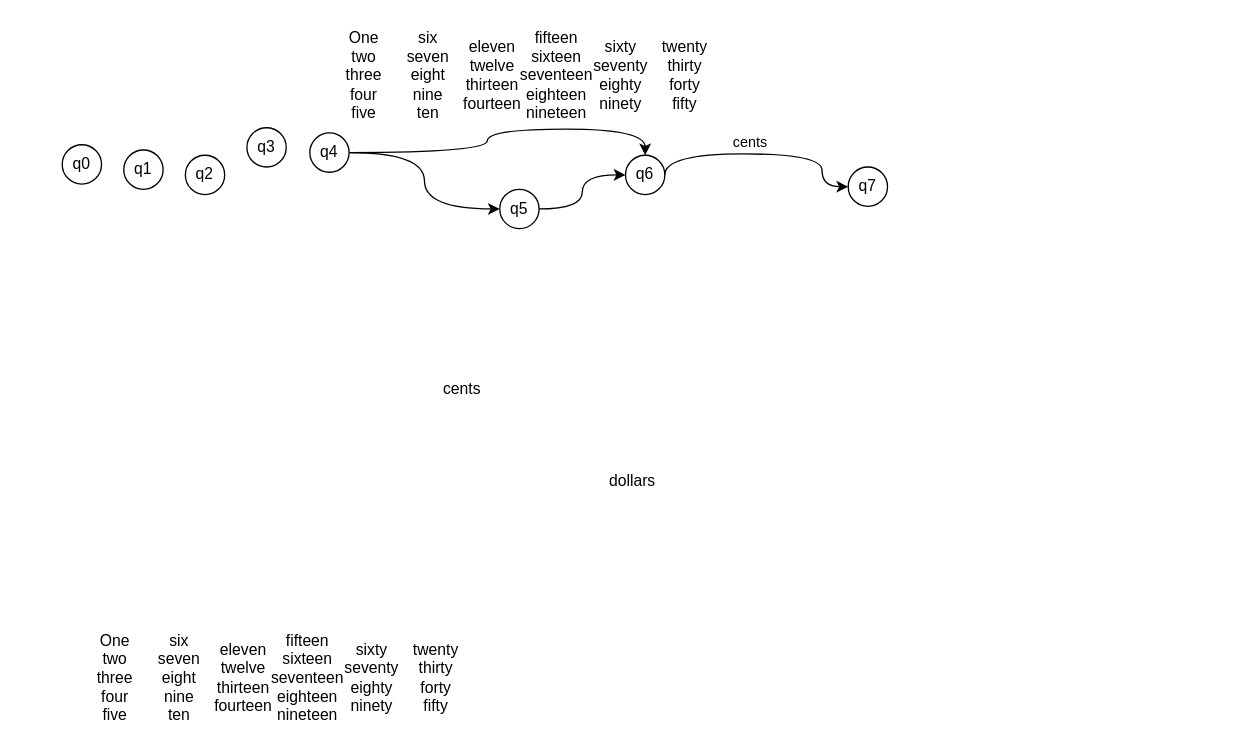
Above: basic/Untitled Diagram.drawio in honghangzhi/diagrams (draw.io), before the change. Source tidied: cells renumbered, new cells numbered last; positions are measured from the earlier drawing's top-left corner, leaving out a move shared by most shapes. Both pictures are drawn from the tidied source at 131%, with x=0, y=0 at pixel (62, 22).
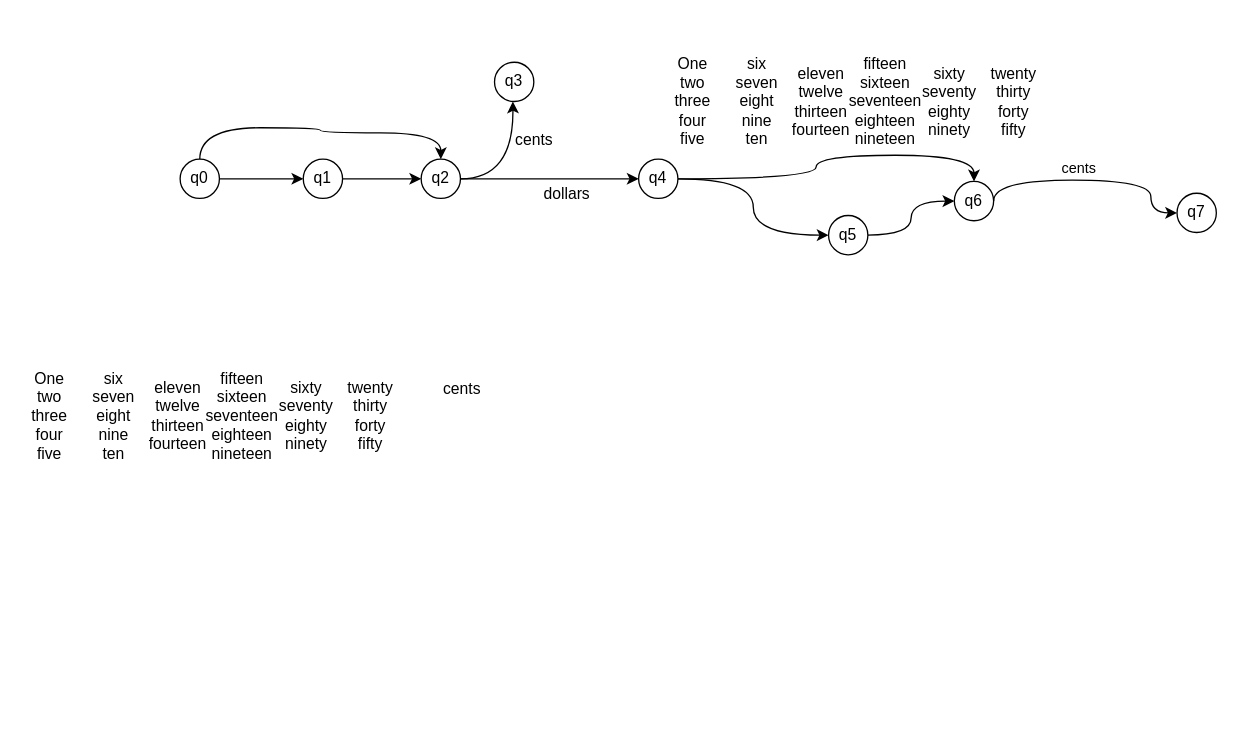
Above is the later version.

The edit, as a diff of the source:
```diff
@@
     <mxCell id="3" value="dollars" style="text;html=1;align=center;verticalAlign=middle;strokeColor=none;fillColor=none;" parent="1" vertex="1">
-      <mxGeometry x="410" y="340" width="50" height="20" as="geometry" />
+      <mxGeometry x="360" y="121" width="50" height="20" as="geometry" />
     </mxCell>
+    <mxCell id="30" style="edgeStyle=orthogonalEdgeStyle;curved=1;rounded=0;jettySize=auto;html=1;entryX=0;entryY=0.5;entryDx=0;entryDy=0;" parent="1" edge="1" source="4" target="5">
+      <mxGeometry relative="1" as="geometry" />
+    </mxCell>
+    <mxCell id="31" style="edgeStyle=orthogonalEdgeStyle;curved=1;rounded=0;jettySize=auto;html=1;entryX=0.5;entryY=0;entryDx=0;entryDy=0;" parent="1" edge="1" source="4" target="6">
+      <mxGeometry relative="1" as="geometry">
+        <Array as="points">
+          <mxPoint x="105" y="80" />
+          <mxPoint x="197" y="80" />
+          <mxPoint x="197" y="84" />
+          <mxPoint x="289" y="84" />
+        </Array>
+      </mxGeometry>
+    </mxCell>
     <mxCell id="4" value="q0" style="ellipse;whiteSpace=wrap;html=1;flipH=0;" parent="1" vertex="1">
-      <mxGeometry y="93" width="30" height="30" as="geometry" />
+      <mxGeometry x="90" y="104" width="30" height="30" as="geometry" />
     </mxCell>
+    <mxCell id="32" style="edgeStyle=orthogonalEdgeStyle;curved=1;rounded=0;jettySize=auto;html=1;" parent="1" edge="1" source="5" target="6">
+      <mxGeometry relative="1" as="geometry" />
+    </mxCell>
     <mxCell id="5" value="q1" style="ellipse;whiteSpace=wrap;html=1;flipH=0;" parent="1" vertex="1">
-      <mxGeometry x="47" y="97" width="30" height="30" as="geometry" />
+      <mxGeometry x="184" y="104" width="30" height="30" as="geometry" />
     </mxCell>
+    <mxCell id="33" style="edgeStyle=orthogonalEdgeStyle;curved=1;rounded=0;jettySize=auto;html=1;" parent="1" edge="1" source="6" target="10">
+      <mxGeometry relative="1" as="geometry" />
+    </mxCell>
+    <mxCell id="34" style="edgeStyle=orthogonalEdgeStyle;curved=1;rounded=0;jettySize=auto;html=1;entryX=0;entryY=0.5;entryDx=0;entryDy=0;" parent="1" edge="1" source="6">
+      <mxGeometry relative="1" as="geometry">
+        <mxPoint x="344" y="60" as="targetPoint" />
+      </mxGeometry>
+    </mxCell>
     <mxCell id="6" value="q2" style="ellipse;whiteSpace=wrap;html=1;flipH=0;" parent="1" vertex="1">
-      <mxGeometry x="94" y="101" width="30" height="30" as="geometry" />
+      <mxGeometry x="274" y="104" width="30" height="30" as="geometry" />
     </mxCell>
     <mxCell id="7" value="q3" style="ellipse;whiteSpace=wrap;html=1;flipH=0;" parent="1" vertex="1">
-      <mxGeometry x="141" y="80" width="30" height="30" as="geometry" />
+      <mxGeometry x="330" y="30" width="30" height="30" as="geometry" />
     </mxCell>
@@
     <mxCell id="10" value="q4" style="ellipse;whiteSpace=wrap;html=1;flipH=0;" parent="1" vertex="1">
-      <mxGeometry x="189" y="84" width="30" height="30" as="geometry" />
+      <mxGeometry x="440" y="104" width="30" height="30" as="geometry" />
     </mxCell>
@@
     <mxCell id="12" value="q5" style="ellipse;whiteSpace=wrap;html=1;flipH=0;" parent="1" vertex="1">
-      <mxGeometry x="334" y="127" width="30" height="30" as="geometry" />
+      <mxGeometry x="585" y="147" width="30" height="30" as="geometry" />
     </mxCell>
     <mxCell id="13" style="edgeStyle=orthogonalEdgeStyle;rounded=0;jettySize=auto;html=1;curved=1;" parent="1" edge="1" source="15" target="16">
       <mxGeometry relative="1" as="geometry">
         <Array as="points">
-          <mxPoint x="460" y="100" />
-          <mxPoint x="580" y="100" />
-          <mxPoint x="580" y="125" />
+          <mxPoint x="711" y="120" />
+          <mxPoint x="831" y="120" />
+          <mxPoint x="831" y="145" />
         </Array>
       </mxGeometry>
     </mxCell>
@@
     <mxCell id="15" value="q6" style="ellipse;whiteSpace=wrap;html=1;flipH=0;" parent="1" vertex="1">
-      <mxGeometry x="430" y="101" width="30" height="30" as="geometry" />
+      <mxGeometry x="681" y="121" width="30" height="30" as="geometry" />
     </mxCell>
     <mxCell id="16" value="q7" style="ellipse;whiteSpace=wrap;html=1;flipH=0;" parent="1" vertex="1">
-      <mxGeometry x="600" y="110" width="30" height="30" as="geometry" />
+      <mxGeometry x="851" y="130" width="30" height="30" as="geometry" />
     </mxCell>
     <mxCell id="17" value="One&lt;br&gt;two&lt;br&gt;three&lt;br&gt;four&lt;br&gt;five" style="text;html=1;align=center;verticalAlign=middle;strokeColor=none;fillColor=none;flipV=1;" parent="1" vertex="1">
-      <mxGeometry x="20" y="460" width="40" height="80" as="geometry" />
+      <mxGeometry x="-30" y="260" width="40" height="80" as="geometry" />
     </mxCell>
     <mxCell id="18" value="six&lt;br&gt;seven&lt;br&gt;eight&lt;br&gt;nine&lt;br&gt;ten" style="text;html=1;align=center;verticalAlign=middle;strokeColor=none;fillColor=none;" parent="1" vertex="1">
-      <mxGeometry x="64" y="460" width="50" height="80" as="geometry" />
+      <mxGeometry x="14" y="260" width="50" height="80" as="geometry" />
     </mxCell>
     <mxCell id="19" value="eleven&lt;br&gt;twelve&lt;br&gt;thirteen&lt;br&gt;fourteen" style="text;html=1;align=center;verticalAlign=middle;strokeColor=none;fillColor=none;" parent="1" vertex="1">
-      <mxGeometry x="108" y="470" width="60" height="60" as="geometry" />
+      <mxGeometry x="58" y="270" width="60" height="60" as="geometry" />
     </mxCell>
     <mxCell id="20" value="fifteen&lt;br&gt;sixteen&lt;br&gt;seventeen&lt;br&gt;eighteen&lt;br&gt;nineteen" style="text;html=1;align=center;verticalAlign=middle;strokeColor=none;fillColor=none;" parent="1" vertex="1">
-      <mxGeometry x="152" y="460" width="70" height="80" as="geometry" />
+      <mxGeometry x="102" y="260" width="70" height="80" as="geometry" />
     </mxCell>
     <mxCell id="21" value="twenty&lt;br&gt;thirty&lt;br&gt;forty&lt;br&gt;fifty" style="text;html=1;align=center;verticalAlign=middle;strokeColor=none;fillColor=none;" parent="1" vertex="1">
-      <mxGeometry x="260" y="470" width="50" height="60" as="geometry" />
+      <mxGeometry x="210" y="270" width="50" height="60" as="geometry" />
     </mxCell>
     <mxCell id="22" value="sixty&lt;br&gt;seventy&lt;br&gt;eighty&lt;br&gt;ninety" style="text;html=1;align=center;verticalAlign=middle;strokeColor=none;fillColor=none;" parent="1" vertex="1">
-      <mxGeometry x="206" y="470" width="60" height="60" as="geometry" />
+      <mxGeometry x="156" y="270" width="60" height="60" as="geometry" />
     </mxCell>
     <mxCell id="23" style="group;" parent="1" vertex="1">
-      <mxGeometry x="210" width="290" height="80" as="geometry" />
+      <mxGeometry x="461" y="20" width="290" height="80" as="geometry" />
     </mxCell>
@@
+    <mxCell id="35" value="cents" style="text;html=1;align=center;verticalAlign=middle;fillColor=none;strokeColor=none;rounded=0;" parent="1" vertex="1">
+      <mxGeometry x="340" y="80" width="40" height="20" as="geometry" />
+    </mxCell>
```
